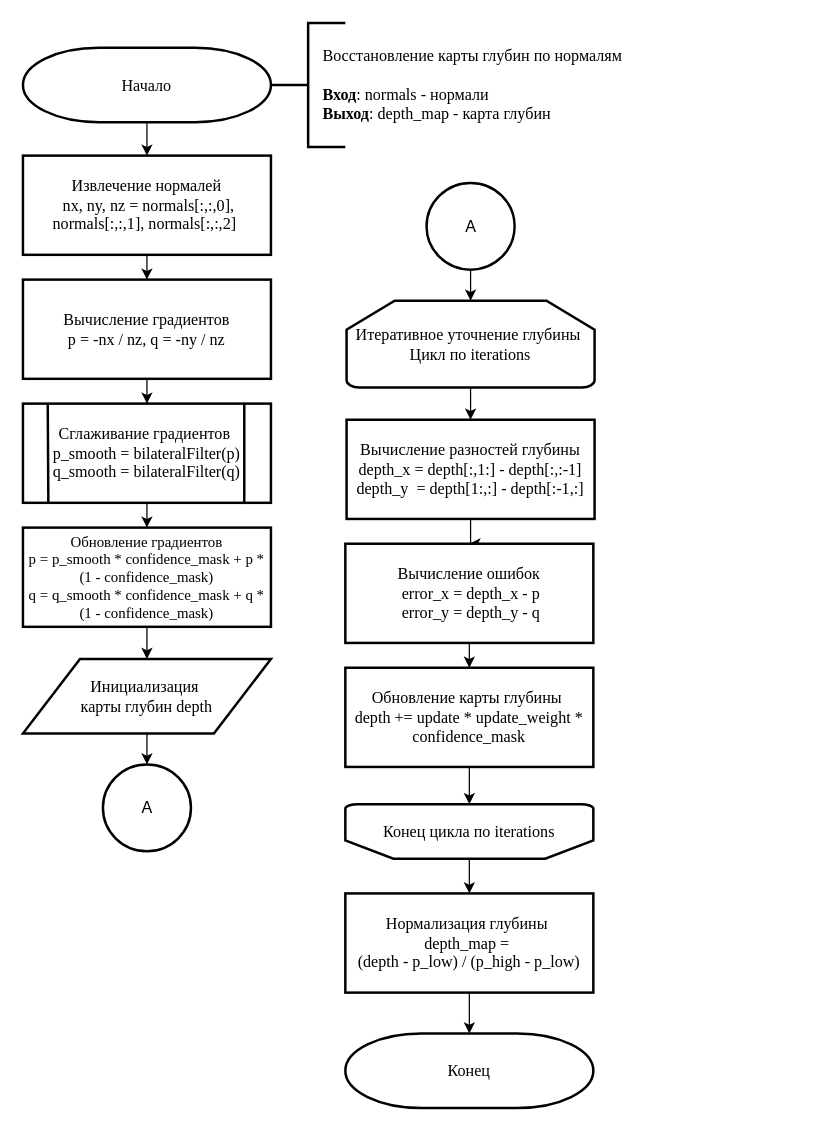
The draw.io diagram page "Восстановление карты глубин по нормалям" (8 of 8) of report/Диаграммки.drawio in lalala-0/VKR_BMSTU, before the edit. Source tidied: cells renumbered, new cells numbered last; positions are measured from the earlier drawing's top-left corner, leaving out a move shared by most shapes. Both pictures are drawn from the tidied source at 124%, with x=0, y=0 at pixel (22, 22).
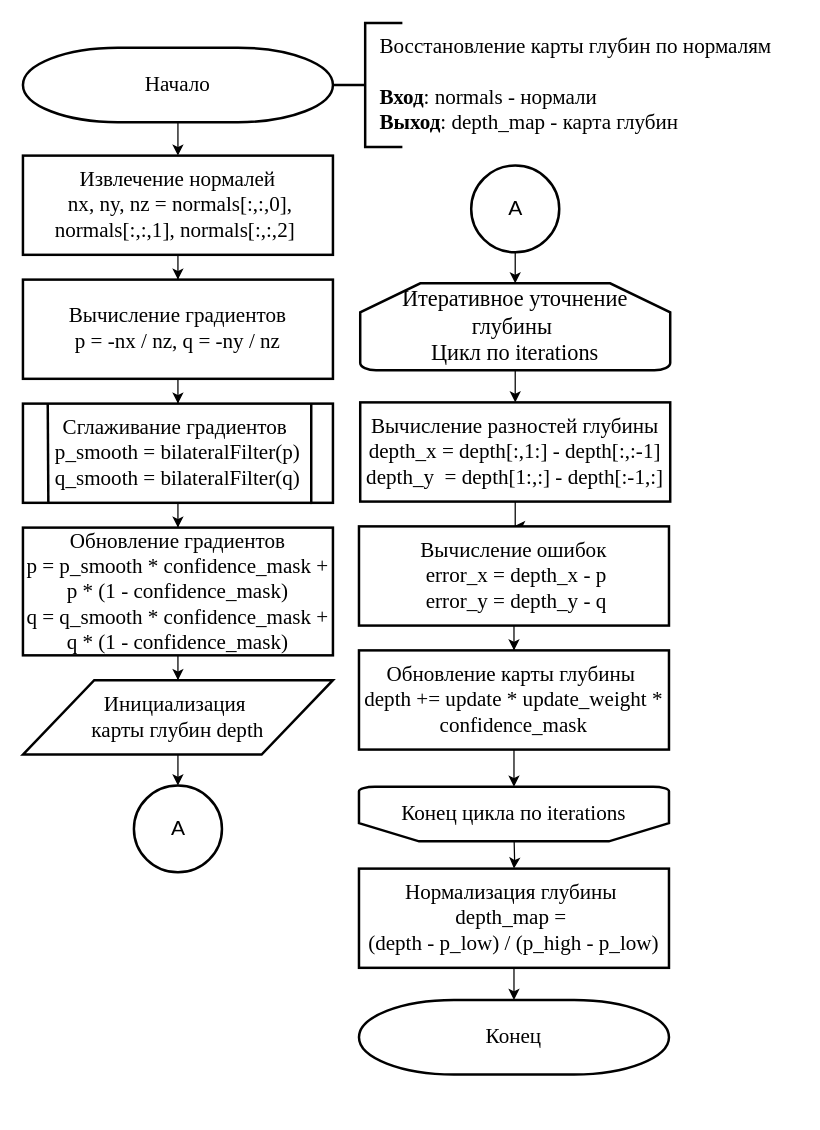
Above is the later version.

The edit, as a diff of the source:
```diff
@@
+    <mxCell id="4" style="strokeWidth=2;shape=mxgraph.flowchart.annotation_2;align=left;labelPosition=right;fontFamily=Times New Roman;fontSize=17;labelBackgroundColor=none;" parent="1" vertex="1">
+      <mxGeometry x="246" width="60" height="100" as="geometry" />
+    </mxCell>
-    <mxCell id="2" style="edgeStyle=orthogonalEdgeStyle;rounded=0;jettySize=auto;html=1;fontFamily=Times New Roman;fontSize=13;" parent="1" edge="1" source="3" target="6">
+    <mxCell id="2" style="edgeStyle=orthogonalEdgeStyle;rounded=0;jettySize=auto;html=1;fontFamily=Times New Roman;fontSize=17;labelBackgroundColor=none;" parent="1" edge="1" source="3" target="6">
       <mxGeometry relative="1" as="geometry" />
     </mxCell>
-    <mxCell id="3" value="Начало" style="strokeWidth=2;shape=mxgraph.flowchart.terminator;whiteSpace=wrap;fontFamily=Times New Roman;fontSize=13;" parent="1" vertex="1">
-      <mxGeometry y="20" width="200" height="60" as="geometry" />
+    <mxCell id="3" value="Начало" style="strokeWidth=2;shape=mxgraph.flowchart.terminator;whiteSpace=wrap;fontFamily=Times New Roman;fontSize=17;labelBackgroundColor=none;" parent="1" vertex="1">
+      <mxGeometry y="20" width="250" height="60" as="geometry" />
     </mxCell>
-    <mxCell id="4" style="strokeWidth=2;shape=mxgraph.flowchart.annotation_2;align=left;labelPosition=right;fontFamily=Times New Roman;fontSize=13;" parent="1" vertex="1">
-      <mxGeometry x="200" width="60" height="100" as="geometry" />
-    </mxCell>
-    <mxCell id="5" style="edgeStyle=orthogonalEdgeStyle;rounded=0;jettySize=auto;html=1;entryX=0.5;entryY=0;entryDx=0;entryDy=0;fontFamily=Times New Roman;fontSize=13;" parent="1" edge="1" source="6" target="8">
+    <mxCell id="5" style="edgeStyle=orthogonalEdgeStyle;rounded=0;jettySize=auto;html=1;entryX=0.5;entryY=0;entryDx=0;entryDy=0;fontFamily=Times New Roman;fontSize=17;labelBackgroundColor=none;" parent="1" edge="1" source="6" target="8">
       <mxGeometry relative="1" as="geometry" />
     </mxCell>
-    <mxCell id="6" value="Извлечение нормалей&#10; nx, ny, nz = normals[:,:,0], normals[:,:,1], normals[:,:,2] " style="rounded=0;whiteSpace=wrap;strokeWidth=2;fontFamily=Times New Roman;fontSize=13;" parent="1" vertex="1">
-      <mxGeometry y="107" width="200" height="80" as="geometry" />
+    <mxCell id="6" value="Извлечение нормалей&#10; nx, ny, nz = normals[:,:,0], normals[:,:,1], normals[:,:,2] " style="rounded=0;whiteSpace=wrap;strokeWidth=2;fontFamily=Times New Roman;fontSize=17;labelBackgroundColor=none;" parent="1" vertex="1">
+      <mxGeometry y="107" width="250" height="80" as="geometry" />
     </mxCell>
-    <mxCell id="7" style="edgeStyle=orthogonalEdgeStyle;rounded=0;jettySize=auto;html=1;fontFamily=Times New Roman;fontSize=13;" parent="1" edge="1" source="8" target="10">
+    <mxCell id="7" style="edgeStyle=orthogonalEdgeStyle;rounded=0;jettySize=auto;html=1;fontFamily=Times New Roman;fontSize=17;labelBackgroundColor=none;" parent="1" edge="1" source="8" target="10">
       <mxGeometry relative="1" as="geometry" />
     </mxCell>
-    <mxCell id="8" value="Вычисление градиентов&#10;p = -nx / nz, q = -ny / nz" style="rounded=0;whiteSpace=wrap;strokeWidth=2;fontFamily=Times New Roman;fontSize=13;" parent="1" vertex="1">
-      <mxGeometry y="207" width="200" height="80" as="geometry" />
+    <mxCell id="8" value="Вычисление градиентов&#10;p = -nx / nz, q = -ny / nz" style="rounded=0;whiteSpace=wrap;strokeWidth=2;fontFamily=Times New Roman;fontSize=17;labelBackgroundColor=none;" parent="1" vertex="1">
+      <mxGeometry y="207" width="250" height="80" as="geometry" />
     </mxCell>
-    <mxCell id="9" style="edgeStyle=orthogonalEdgeStyle;rounded=0;jettySize=auto;html=1;fontFamily=Times New Roman;fontSize=13;" parent="1" edge="1" source="10" target="12">
+    <mxCell id="9" style="edgeStyle=orthogonalEdgeStyle;rounded=0;jettySize=auto;html=1;fontFamily=Times New Roman;fontSize=17;labelBackgroundColor=none;" parent="1" edge="1" source="10" target="12">
       <mxGeometry relative="1" as="geometry" />
     </mxCell>
-    <mxCell id="10" value="Сглаживание градиентов &#10;p_smooth = bilateralFilter(p)&#10;q_smooth = bilateralFilter(q)" style="rounded=0;whiteSpace=wrap;strokeWidth=2;fontFamily=Times New Roman;fontSize=13;" parent="1" vertex="1">
-      <mxGeometry y="307" width="200" height="80" as="geometry" />
+    <mxCell id="10" value="Сглаживание градиентов &#10;p_smooth = bilateralFilter(p)&#10;q_smooth = bilateralFilter(q)" style="rounded=0;whiteSpace=wrap;strokeWidth=2;fontFamily=Times New Roman;fontSize=17;labelBackgroundColor=none;" parent="1" vertex="1">
+      <mxGeometry y="307" width="250" height="80" as="geometry" />
     </mxCell>
-    <mxCell id="11" style="edgeStyle=orthogonalEdgeStyle;rounded=0;jettySize=auto;html=1;fontFamily=Times New Roman;fontSize=13;" parent="1" edge="1" source="12" target="14">
+    <mxCell id="11" style="edgeStyle=orthogonalEdgeStyle;rounded=0;jettySize=auto;html=1;fontFamily=Times New Roman;fontSize=17;labelBackgroundColor=none;" parent="1" edge="1" source="12" target="14">
       <mxGeometry relative="1" as="geometry" />
     </mxCell>
-    <mxCell id="12" value="Обновление градиентов&#10;p = p_smooth * confidence_mask + p * (1 - confidence_mask)&#10;q = q_smooth * confidence_mask + q * (1 - confidence_mask)" style="rounded=0;whiteSpace=wrap;strokeWidth=2;fontFamily=Times New Roman;fontSize=12;" parent="1" vertex="1">
-      <mxGeometry y="407" width="200" height="80" as="geometry" />
+    <mxCell id="12" value="Обновление градиентов&#10;p = p_smooth * confidence_mask + p * (1 - confidence_mask)&#10;q = q_smooth * confidence_mask + q * (1 - confidence_mask)" style="rounded=0;whiteSpace=wrap;strokeWidth=2;fontFamily=Times New Roman;fontSize=17;labelBackgroundColor=none;" parent="1" vertex="1">
+      <mxGeometry y="407" width="250" height="103" as="geometry" />
     </mxCell>
-    <mxCell id="13" style="edgeStyle=orthogonalEdgeStyle;rounded=0;jettySize=auto;html=1;fontSize=13;" parent="1" edge="1" source="14" target="31">
+    <mxCell id="13" style="edgeStyle=orthogonalEdgeStyle;rounded=0;jettySize=auto;html=1;fontSize=17;labelBackgroundColor=none;" parent="1" edge="1" source="14" target="31">
       <mxGeometry relative="1" as="geometry" />
     </mxCell>
-    <mxCell id="14" value="Инициализация &#10;карты глубин depth" style="shape=parallelogram;strokeWidth=2;perimeter=parallelogramPerimeter;whiteSpace=wrap;rounded=0;arcSize=12;size=0.23;fontFamily=Times New Roman;fontSize=13;" parent="1" vertex="1">
-      <mxGeometry y="513" width="200" height="60" as="geometry" />
+    <mxCell id="14" value="Инициализация &#10;карты глубин depth" style="shape=parallelogram;strokeWidth=2;perimeter=parallelogramPerimeter;whiteSpace=wrap;rounded=0;arcSize=12;size=0.23;fontFamily=Times New Roman;fontSize=17;labelBackgroundColor=none;" parent="1" vertex="1">
+      <mxGeometry y="530" width="250" height="60" as="geometry" />
     </mxCell>
-    <mxCell id="15" style="edgeStyle=orthogonalEdgeStyle;rounded=0;jettySize=auto;html=1;fontFamily=Times New Roman;fontSize=13;" parent="1" edge="1" source="16" target="18">
+    <mxCell id="15" style="edgeStyle=orthogonalEdgeStyle;rounded=0;jettySize=auto;html=1;fontFamily=Times New Roman;fontSize=17;labelBackgroundColor=none;" parent="1" edge="1" source="16" target="18">
       <mxGeometry relative="1" as="geometry" />
     </mxCell>
-    <mxCell id="16" value="Вычисление разностей глубины depth_x = depth[:,1:] - depth[:,:-1]&#10;depth_y  = depth[1:,:] - depth[:-1,:]" style="rounded=0;whiteSpace=wrap;strokeWidth=2;fontFamily=Times New Roman;fontSize=13;" parent="1" vertex="1">
-      <mxGeometry x="261" y="320" width="200" height="80" as="geometry" />
+    <mxCell id="16" value="Вычисление разностей глубины depth_x = depth[:,1:] - depth[:,:-1]&#10;depth_y  = depth[1:,:] - depth[:-1,:]" style="rounded=0;whiteSpace=wrap;strokeWidth=2;fontFamily=Times New Roman;fontSize=17;labelBackgroundColor=none;" parent="1" vertex="1">
+      <mxGeometry x="272" y="306" width="250" height="80" as="geometry" />
     </mxCell>
-    <mxCell id="17" style="edgeStyle=orthogonalEdgeStyle;rounded=0;jettySize=auto;html=1;fontFamily=Times New Roman;fontSize=13;" parent="1" edge="1" source="18" target="20">
+    <mxCell id="17" style="edgeStyle=orthogonalEdgeStyle;rounded=0;jettySize=auto;html=1;fontFamily=Times New Roman;fontSize=17;labelBackgroundColor=none;" parent="1" edge="1" source="18" target="20">
       <mxGeometry relative="1" as="geometry" />
     </mxCell>
-    <mxCell id="18" value="Вычисление ошибок&#10; error_x = depth_x - p&#10; error_y = depth_y - q" style="rounded=0;whiteSpace=wrap;strokeWidth=2;fontFamily=Times New Roman;fontSize=13;" parent="1" vertex="1">
-      <mxGeometry x="260" y="420" width="200" height="80" as="geometry" />
+    <mxCell id="18" value="Вычисление ошибок&#10; error_x = depth_x - p&#10; error_y = depth_y - q" style="rounded=0;whiteSpace=wrap;strokeWidth=2;fontFamily=Times New Roman;fontSize=17;labelBackgroundColor=none;" parent="1" vertex="1">
+      <mxGeometry x="271" y="406" width="250" height="80" as="geometry" />
     </mxCell>
-    <mxCell id="19" style="edgeStyle=orthogonalEdgeStyle;rounded=0;jettySize=auto;html=1;fontFamily=Times New Roman;fontSize=13;" parent="1" edge="1" source="20" target="26">
+    <mxCell id="19" style="edgeStyle=orthogonalEdgeStyle;rounded=0;jettySize=auto;html=1;fontFamily=Times New Roman;fontSize=17;labelBackgroundColor=none;" parent="1" edge="1" source="20" target="26">
       <mxGeometry relative="1" as="geometry" />
     </mxCell>
-    <mxCell id="20" value="Обновление карты глубины &#10;depth += update * update_weight * confidence_mask" style="rounded=0;whiteSpace=wrap;strokeWidth=2;fontFamily=Times New Roman;fontSize=13;" parent="1" vertex="1">
-      <mxGeometry x="260" y="520" width="200" height="80" as="geometry" />
+    <mxCell id="20" value="Обновление карты глубины &#10;depth += update * update_weight * confidence_mask" style="rounded=0;whiteSpace=wrap;strokeWidth=2;fontFamily=Times New Roman;fontSize=17;labelBackgroundColor=none;" parent="1" vertex="1">
+      <mxGeometry x="271" y="506" width="250" height="80" as="geometry" />
     </mxCell>
-    <mxCell id="21" style="edgeStyle=orthogonalEdgeStyle;rounded=0;jettySize=auto;html=1;fontFamily=Times New Roman;fontSize=13;" parent="1" edge="1" source="22" target="27">
+    <mxCell id="21" style="edgeStyle=orthogonalEdgeStyle;rounded=0;jettySize=auto;html=1;fontFamily=Times New Roman;fontSize=17;labelBackgroundColor=none;" parent="1" edge="1" source="22" target="27">
       <mxGeometry relative="1" as="geometry" />
     </mxCell>
-    <mxCell id="22" value="Нормализация глубины &#10;depth_map = &#10;(depth - p_low) / (p_high - p_low)" style="rounded=0;whiteSpace=wrap;strokeWidth=2;fontFamily=Times New Roman;fontSize=13;" parent="1" vertex="1">
-      <mxGeometry x="260" y="702" width="200" height="80" as="geometry" />
+    <mxCell id="22" value="Нормализация глубины &#10;depth_map = &#10;(depth - p_low) / (p_high - p_low)" style="rounded=0;whiteSpace=wrap;strokeWidth=2;fontFamily=Times New Roman;fontSize=17;labelBackgroundColor=none;" parent="1" vertex="1">
+      <mxGeometry x="271" y="682" width="250" height="80" as="geometry" />
     </mxCell>
-    <mxCell id="23" style="edgeStyle=orthogonalEdgeStyle;rounded=0;jettySize=auto;html=1;fontFamily=Times New Roman;fontSize=13;" parent="1" edge="1" source="24" target="16">
+    <mxCell id="23" style="edgeStyle=orthogonalEdgeStyle;rounded=0;jettySize=auto;html=1;fontFamily=Times New Roman;fontSize=17;labelBackgroundColor=none;" parent="1" edge="1" source="24" target="16">
       <mxGeometry relative="1" as="geometry" />
     </mxCell>
-    <mxCell id="24" value="&#10;Итеративное уточнение глубины &#10;Цикл по iterations&#10;" style="strokeWidth=2;shape=mxgraph.flowchart.loop_limit;whiteSpace=wrap;fontFamily=Times New Roman;fontSize=13;" parent="1" vertex="1">
-      <mxGeometry x="261" y="224" width="200" height="70" as="geometry" />
+    <mxCell id="24" value="&#10;Итеративное уточнение глубины &#10;Цикл по iterations&#10;" style="strokeWidth=2;shape=mxgraph.flowchart.loop_limit;whiteSpace=wrap;fontFamily=Times New Roman;fontSize=18;labelBackgroundColor=none;" parent="1" vertex="1">
+      <mxGeometry x="272" y="210" width="250" height="70" as="geometry" />
     </mxCell>
-    <mxCell id="25" style="edgeStyle=orthogonalEdgeStyle;rounded=0;jettySize=auto;html=1;fontFamily=Times New Roman;fontSize=13;" parent="1" edge="1" source="26" target="22">
-      <mxGeometry relative="1" as="geometry" />
+    <mxCell id="25" style="edgeStyle=orthogonalEdgeStyle;rounded=0;jettySize=auto;html=1;fontFamily=Times New Roman;fontSize=17;labelBackgroundColor=none;" parent="1" edge="1" target="22">
+      <mxGeometry relative="1" as="geometry">
+        <mxPoint x="396" y="654" as="sourcePoint" />
+      </mxGeometry>
     </mxCell>
-    <mxCell id="26" value="Конец цикла по iterations" style="strokeWidth=2;shape=mxgraph.flowchart.loop_limit;whiteSpace=wrap;direction=west;fontFamily=Times New Roman;fontSize=13;" parent="1" vertex="1">
-      <mxGeometry x="260" y="630" width="200" height="44" as="geometry" />
+    <mxCell id="26" value="Конец цикла по iterations" style="strokeWidth=2;shape=mxgraph.flowchart.loop_limit;whiteSpace=wrap;direction=west;fontFamily=Times New Roman;fontSize=17;labelBackgroundColor=none;" parent="1" vertex="1">
+      <mxGeometry x="271" y="616" width="250" height="44" as="geometry" />
     </mxCell>
-    <mxCell id="27" value="Конец" style="strokeWidth=2;shape=mxgraph.flowchart.terminator;whiteSpace=wrap;fontFamily=Times New Roman;fontSize=13;" parent="1" vertex="1">
-      <mxGeometry x="260" y="815" width="200" height="60" as="geometry" />
+    <mxCell id="27" value="Конец" style="strokeWidth=2;shape=mxgraph.flowchart.terminator;whiteSpace=wrap;fontFamily=Times New Roman;fontSize=17;labelBackgroundColor=none;" parent="1" vertex="1">
+      <mxGeometry x="271" y="788" width="250" height="60" as="geometry" />
     </mxCell>
-    <mxCell id="28" value="&lt;font&gt;Восстановление карты глубин по нормалям&lt;/font&gt;&lt;div&gt;&lt;font&gt;&lt;br&gt;&lt;/font&gt;&lt;/div&gt;&lt;div&gt;&lt;font&gt;&lt;b&gt;Вход&lt;/b&gt;:&amp;nbsp;&lt;span style=&quot;background-color: transparent;&quot;&gt;normals - нормали&lt;/span&gt;&lt;/font&gt;&lt;/div&gt;&lt;div&gt;&lt;font&gt;&lt;b&gt;Выход&lt;/b&gt;:&amp;nbsp;&lt;span style=&quot;background-color: rgb(255, 255, 255);&quot;&gt;depth_map - карта глубин&lt;/span&gt;&lt;/font&gt;&lt;/div&gt;" style="text;html=1;align=left;verticalAlign=middle;strokeColor=none;fillColor=none;fontFamily=Times New Roman;fontSize=13;" parent="1" vertex="1">
-      <mxGeometry x="240" y="10" width="270" height="80" as="geometry" />
+    <mxCell id="28" value="&lt;font&gt;Восстановление карты глубин по нормалям&lt;/font&gt;&lt;div&gt;&lt;font&gt;&lt;br&gt;&lt;/font&gt;&lt;/div&gt;&lt;div&gt;&lt;font&gt;&lt;b&gt;Вход&lt;/b&gt;:&amp;nbsp;&lt;span style=&quot;&quot;&gt;normals - нормали&lt;/span&gt;&lt;/font&gt;&lt;/div&gt;&lt;div&gt;&lt;font&gt;&lt;b&gt;Выход&lt;/b&gt;:&amp;nbsp;&lt;span style=&quot;&quot;&gt;depth_map - карта глубин&lt;/span&gt;&lt;/font&gt;&lt;/div&gt;" style="text;html=1;align=left;verticalAlign=middle;strokeColor=none;fillColor=none;fontFamily=Times New Roman;fontSize=17;labelBackgroundColor=none;" parent="1" vertex="1">
+      <mxGeometry x="286" width="340" height="100" as="geometry" />
     </mxCell>
-    <mxCell id="29" style="endArrow=none;html=1;rounded=0;strokeWidth=2;entryX=0.087;entryY=0.013;entryDx=0;entryDy=0;entryPerimeter=0;fontSize=13;" parent="1" edge="1">
+    <mxCell id="29" style="endArrow=none;html=1;rounded=0;strokeWidth=2;entryX=0.087;entryY=0.013;entryDx=0;entryDy=0;entryPerimeter=0;fontSize=17;labelBackgroundColor=none;" parent="1" edge="1">
       <mxGeometry relative="1" as="geometry">
         <mxPoint x="20.5" y="388" as="sourcePoint" />
         <mxPoint x="20" y="307" as="targetPoint" />
       </mxGeometry>
     </mxCell>
-    <mxCell id="30" style="endArrow=none;html=1;rounded=0;strokeWidth=2;entryX=0.938;entryY=0.01;entryDx=0;entryDy=0;entryPerimeter=0;fontSize=13;" parent="1" edge="1">
+    <mxCell id="30" style="endArrow=none;html=1;rounded=0;strokeWidth=2;entryX=0.938;entryY=0.01;entryDx=0;entryDy=0;entryPerimeter=0;fontSize=17;labelBackgroundColor=none;" parent="1" edge="1">
       <mxGeometry relative="1" as="geometry">
-        <mxPoint x="178.5" y="388" as="sourcePoint" />
-        <mxPoint x="178.5" y="307" as="targetPoint" />
+        <mxPoint x="232.5" y="388" as="sourcePoint" />
+        <mxPoint x="232.5" y="307" as="targetPoint" />
       </mxGeometry>
     </mxCell>
-    <mxCell id="31" value="А" style="strokeWidth=2;html=1;shape=mxgraph.flowchart.start_2;whiteSpace=wrap;fontSize=13;" parent="1" vertex="1">
-      <mxGeometry x="64.5" y="598" width="71" height="70" as="geometry" />
+    <mxCell id="31" value="А" style="strokeWidth=2;html=1;shape=mxgraph.flowchart.start_2;whiteSpace=wrap;fontSize=17;labelBackgroundColor=none;" parent="1" vertex="1">
+      <mxGeometry x="89.5" y="615" width="71" height="70" as="geometry" />
     </mxCell>
-    <mxCell id="32" style="edgeStyle=orthogonalEdgeStyle;rounded=0;jettySize=auto;html=1;fontSize=13;" parent="1" edge="1" source="33" target="24">
+    <mxCell id="32" style="edgeStyle=orthogonalEdgeStyle;rounded=0;jettySize=auto;html=1;fontSize=17;labelBackgroundColor=none;" parent="1" edge="1" source="33" target="24">
       <mxGeometry relative="1" as="geometry" />
     </mxCell>
-    <mxCell id="33" value="А" style="strokeWidth=2;html=1;shape=mxgraph.flowchart.start_2;whiteSpace=wrap;fontSize=13;" parent="1" vertex="1">
-      <mxGeometry x="325.5" y="129" width="71" height="70" as="geometry" />
+    <mxCell id="33" value="А" style="strokeWidth=2;html=1;shape=mxgraph.flowchart.start_2;whiteSpace=wrap;fontSize=17;labelBackgroundColor=none;" parent="1" vertex="1">
+      <mxGeometry x="361.5" y="115" width="71" height="70" as="geometry" />
     </mxCell>
```
